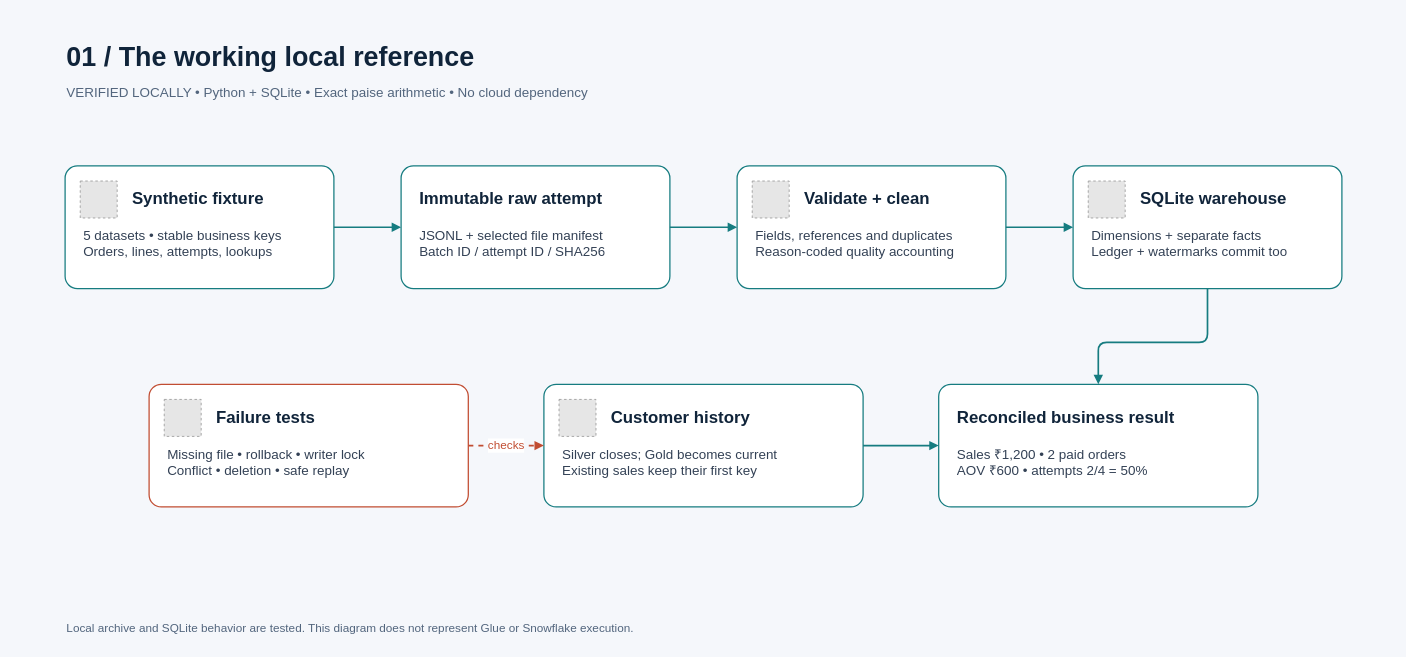
Before: page "01 / The working local reference" (1 of 4) of docs/diagrams/ecommerce-architecture.drawio in datainteg/end-to-end-data-engineering-project, a draw.io diagram. Source tidied: cells renumbered, new cells numbered last; positions are measured from the earlier drawing's top-left corner, leaving out a move shared by most shapes. Both pictures are drawn from the tidied source at 84%, with x=0, y=0 at pixel (65, 37). Pictures stored in the file or linked from it are replaced by grey dashed boxes.
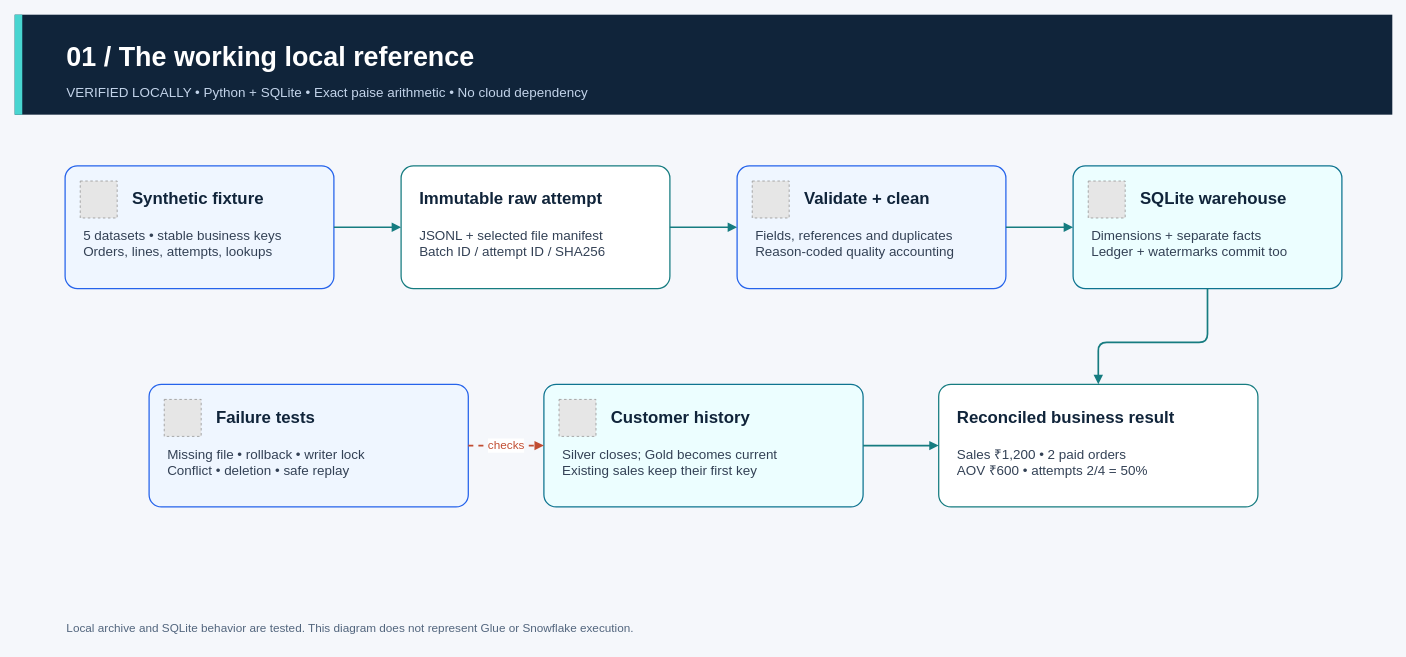
After the change.

Change to the diagram source:
```diff
@@
+    <mxCell id="37" style="fillColor=#10243A;strokeColor=none;" parent="1" vertex="1">
+      <mxGeometry x="-60" y="-27" width="1640" height="119" as="geometry" />
+    </mxCell>
+    <mxCell id="38" style="fillColor=#48D5D0;strokeColor=none;" parent="1" vertex="1">
+      <mxGeometry x="-60" y="-27" width="9" height="119" as="geometry" />
+    </mxCell>
-    <mxCell id="2" value="01 / The working local reference" style="text;html=1;align=left;verticalAlign=middle;whiteSpace=wrap;overflow=hidden;strokeColor=none;fillColor=none;fontFamily=Arial;fontSize=32;fontStyle=1;fontColor=#10243A;" parent="1" vertex="1">
+    <mxCell id="2" value="01 / The working local reference" style="text;html=1;align=left;verticalAlign=middle;whiteSpace=wrap;overflow=hidden;strokeColor=none;fillColor=none;fontFamily=Arial;fontSize=32;fontStyle=1;fontColor=#FFFFFF;" parent="1" vertex="1">
       <mxGeometry width="1520" height="48" as="geometry" />
     </mxCell>
-    <mxCell id="3" value="VERIFIED LOCALLY  •  Python + SQLite  •  Exact paise arithmetic  •  No cloud dependency" style="text;html=1;align=left;verticalAlign=middle;whiteSpace=wrap;overflow=hidden;strokeColor=none;fillColor=none;fontFamily=Arial;fontSize=16;fontColor=#52657D;" parent="1" vertex="1">
+    <mxCell id="3" value="VERIFIED LOCALLY  •  Python + SQLite  •  Exact paise arithmetic  •  No cloud dependency" style="text;html=1;align=left;verticalAlign=middle;whiteSpace=wrap;overflow=hidden;strokeColor=none;fillColor=none;fontFamily=Arial;fontSize=16;fontColor=#C3D4EA;" parent="1" vertex="1">
       <mxGeometry y="51" width="1520" height="30" as="geometry" />
     </mxCell>
@@
-    <mxCell id="5" style="rounded=1;arcSize=10;whiteSpace=wrap;html=1;fillColor=#FFFFFF;strokeColor=#167C80;strokeWidth=1.5;" parent="1" vertex="1">
+    <mxCell id="5" style="rounded=1;arcSize=10;whiteSpace=wrap;html=1;fillColor=#EFF6FF;strokeColor=#2563EB;strokeWidth=1.5;" parent="1" vertex="1">
       <mxGeometry y="153" width="320" height="146" as="geometry" />
     </mxCell>
@@
-    <mxCell id="12" style="rounded=1;arcSize=10;whiteSpace=wrap;html=1;fillColor=#FFFFFF;strokeColor=#167C80;strokeWidth=1.5;" parent="1" vertex="1">
+    <mxCell id="12" style="rounded=1;arcSize=10;whiteSpace=wrap;html=1;fillColor=#EFF6FF;strokeColor=#2563EB;strokeWidth=1.5;" parent="1" vertex="1">
       <mxGeometry x="800" y="153" width="320" height="146" as="geometry" />
     </mxCell>
@@
-    <mxCell id="16" style="rounded=1;arcSize=10;whiteSpace=wrap;html=1;fillColor=#FFFFFF;strokeColor=#167C80;strokeWidth=1.5;" parent="1" vertex="1">
+    <mxCell id="16" style="rounded=1;arcSize=10;whiteSpace=wrap;html=1;fillColor=#ECFEFF;strokeColor=#0E7490;strokeWidth=1.5;" parent="1" vertex="1">
       <mxGeometry x="1200" y="153" width="320" height="146" as="geometry" />
     </mxCell>
@@
-    <mxCell id="20" style="rounded=1;arcSize=10;whiteSpace=wrap;html=1;fillColor=#FFFFFF;strokeColor=#C14D32;strokeWidth=1.5;" parent="1" vertex="1">
+    <mxCell id="20" style="rounded=1;arcSize=10;whiteSpace=wrap;html=1;fillColor=#EFF6FF;strokeColor=#2563EB;strokeWidth=1.5;" parent="1" vertex="1">
       <mxGeometry x="100" y="413" width="380" height="146" as="geometry" />
     </mxCell>
@@
-    <mxCell id="24" style="rounded=1;arcSize=10;whiteSpace=wrap;html=1;fillColor=#FFFFFF;strokeColor=#167C80;strokeWidth=1.5;" parent="1" vertex="1">
+    <mxCell id="24" style="rounded=1;arcSize=10;whiteSpace=wrap;html=1;fillColor=#ECFEFF;strokeColor=#0E7490;strokeWidth=1.5;" parent="1" vertex="1">
       <mxGeometry x="570" y="413" width="380" height="146" as="geometry" />
     </mxCell>
```
